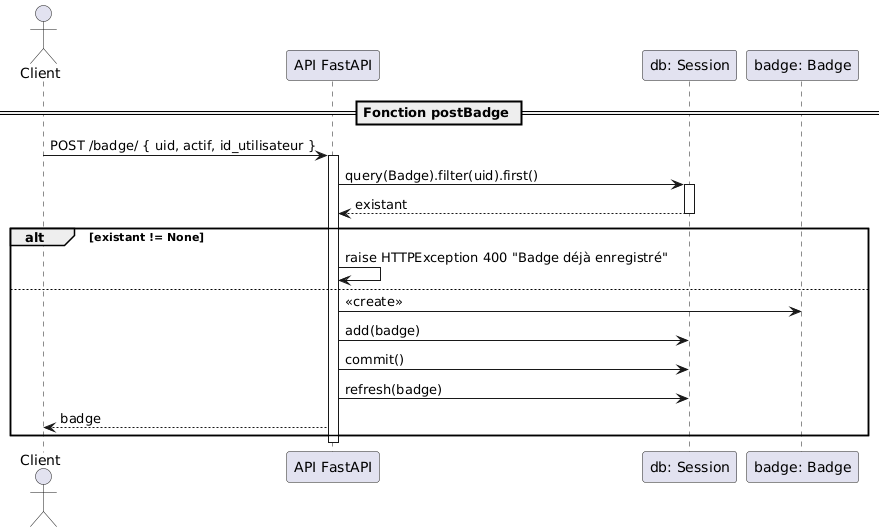
Earlier version of the PlantUML export BDD/Diagrammes/Séquence/PGS/postBadge.png (RobinMartineau/Acc-s-campus-). Its diagram source:
```plantuml
@startuml
actor Client
participant "API FastAPI" as api
participant "db: Session"
participant "badge: Badge"

== Fonction postBadge ==

Client -> api : POST /badge/ { uid, actif, id_utilisateur }
activate api

api -> "db: Session" : query(Badge).filter(uid).first()
activate "db: Session"
"db: Session" --> api : existant
deactivate "db: Session"

alt existant != None
    api -> api : raise HTTPException 400 "Badge déjà enregistré"
else
    api -> "badge: Badge" : <<create>>
    api -> "db: Session" : add(badge)
    api -> "db: Session" : commit()
    api -> "db: Session" : refresh(badge)
    api --> Client : badge
end

deactivate api
@enduml
```
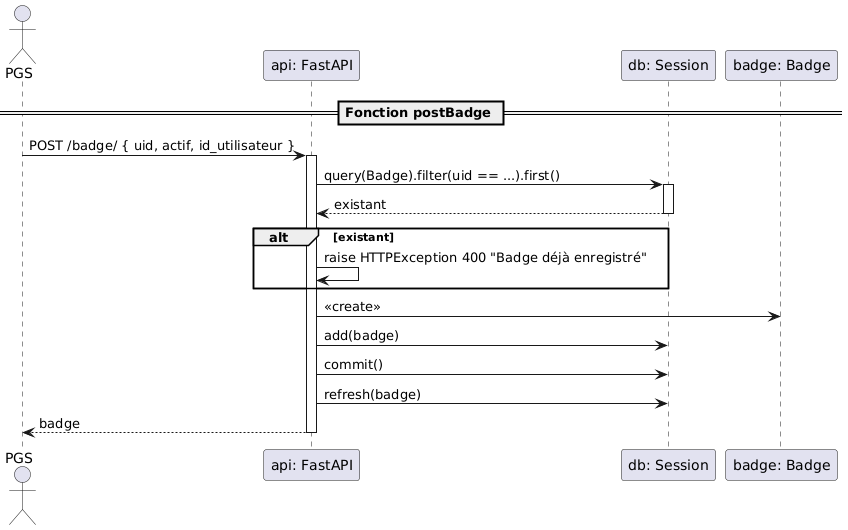
The same file after the commit.

Change to the diagram source:
```diff
@@ -1,28 +1,28 @@
 @startuml
-actor Client
-participant "API FastAPI" as api
+actor PGS
+participant "api: FastAPI"
 participant "db: Session"
 participant "badge: Badge"
 
 == Fonction postBadge ==
+PGS -> "api: FastAPI" : POST /badge/ { uid, actif, id_utilisateur }
+activate "api: FastAPI"
 
-Client -> api : POST /badge/ { uid, actif, id_utilisateur }
-activate api
-
-api -> "db: Session" : query(Badge).filter(uid).first()
+"api: FastAPI" -> "db: Session" : query(Badge).filter(uid == ...).first()
 activate "db: Session"
-"db: Session" --> api : existant
+"db: Session" --> "api: FastAPI" : existant
 deactivate "db: Session"
 
-alt existant != None
-    api -> api : raise HTTPException 400 "Badge déjà enregistré"
-else
-    api -> "badge: Badge" : <<create>>
-    api -> "db: Session" : add(badge)
-    api -> "db: Session" : commit()
-    api -> "db: Session" : refresh(badge)
-    api --> Client : badge
+alt existant
+    "api: FastAPI" -> "api: FastAPI" : raise HTTPException 400 "Badge déjà enregistré"
 end
 
-deactivate api
+"api: FastAPI" -> "badge: Badge" : <<create>>
+
+"api: FastAPI" -> "db: Session" : add(badge)
+"api: FastAPI" -> "db: Session" : commit()
+"api: FastAPI" -> "db: Session" : refresh(badge)
+
+"api: FastAPI" --> PGS : badge
+deactivate "api: FastAPI"
 @enduml
```
